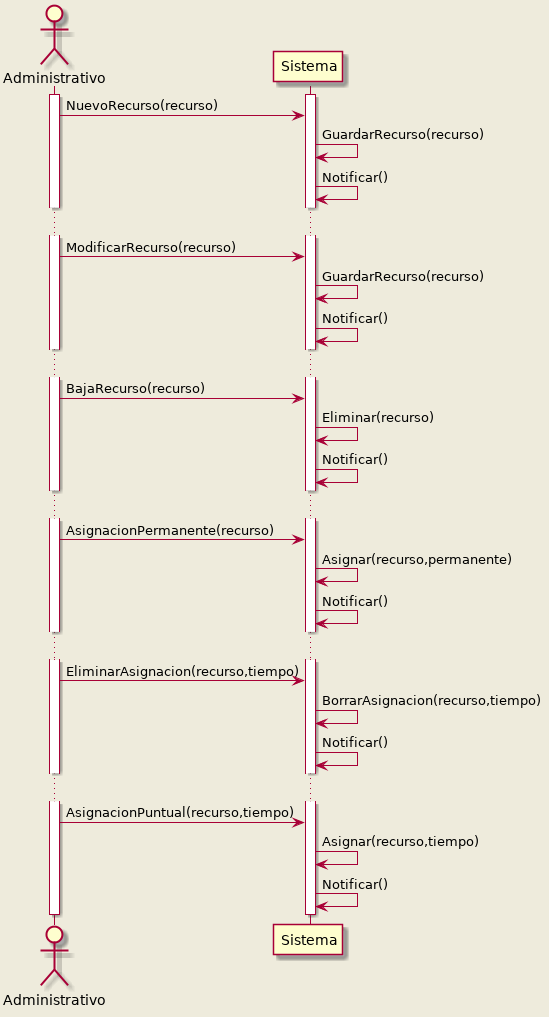
The PlantUML diagram P3/GestionDeRecursos.png in Ludvins/DGIIM_FIS, before a commit. Its diagram source:
```plantuml
@startuml
!pragma teoz true

skinparam backgroundColor #EEEBDC




actor Administrativo as Ad
participant Sistema as Sis

activate Sis
activate Ad
Ad -> Sis : NuevoRecurso(recurso)
Sis -> Sis : GuardarRecurso(recurso)
Sis -> Sis : Notificar()

...

Ad -> Sis : ModificarRecurso(recurso)
Sis -> Sis : GuardarRecurso(recurso)
Sis -> Sis : Notificar()

...

Ad -> Sis : BajaRecurso(recurso)
Sis -> Sis : Eliminar(recurso)
Sis -> Sis : Notificar()

...

Ad -> Sis : AsignacionPermanente(recurso)
Sis -> Sis : Asignar(recurso,permanente)
Sis -> Sis : Notificar()

...

Ad -> Sis : EliminarAsignacion(recurso,tiempo)
Sis -> Sis : BorrarAsignacion(recurso,tiempo)
Sis -> Sis : Notificar()

...

Ad -> Sis : AsignacionPuntual(recurso,tiempo)
Sis -> Sis : Asignar(recurso,tiempo)
Sis -> Sis : Notificar()


deactivate Ad
deactivate Sis
@endumls
```
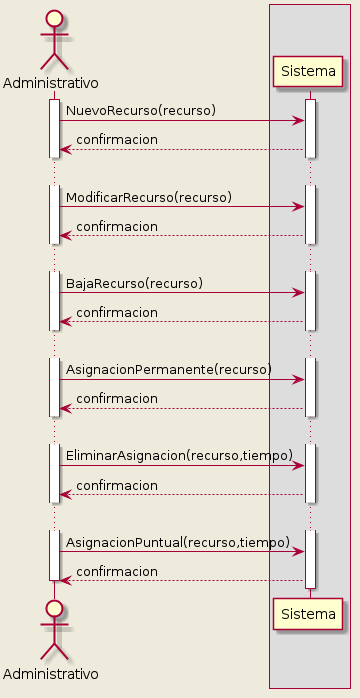
The same file after the commit.

Commit message:
Arreglado diagramas secuencia Laura

Change to the diagram source:
```diff
@@ -7,43 +7,38 @@
 
 
 actor Administrativo as Ad
+box
 participant Sistema as Sis
+endbox
 
 activate Sis
 activate Ad
 Ad -> Sis : NuevoRecurso(recurso)
-Sis -> Sis : GuardarRecurso(recurso)
-Sis -> Sis : Notificar()
+Sis --> Ad : confirmacion
 
 ...
 
 Ad -> Sis : ModificarRecurso(recurso)
-Sis -> Sis : GuardarRecurso(recurso)
-Sis -> Sis : Notificar()
+Sis --> Ad : confirmacion
 
 ...
 
 Ad -> Sis : BajaRecurso(recurso)
-Sis -> Sis : Eliminar(recurso)
-Sis -> Sis : Notificar()
+Sis --> Ad : confirmacion
 
 ...
 
 Ad -> Sis : AsignacionPermanente(recurso)
-Sis -> Sis : Asignar(recurso,permanente)
-Sis -> Sis : Notificar()
+Sis --> Ad : confirmacion
 
 ...
 
 Ad -> Sis : EliminarAsignacion(recurso,tiempo)
-Sis -> Sis : BorrarAsignacion(recurso,tiempo)
-Sis -> Sis : Notificar()
-
+Sis --> Ad : confirmacion
 ...
 
 Ad -> Sis : AsignacionPuntual(recurso,tiempo)
-Sis -> Sis : Asignar(recurso,tiempo)
-Sis -> Sis : Notificar()
+Sis --> Ad : confirmacion
 
 
 deactivate Ad
```
